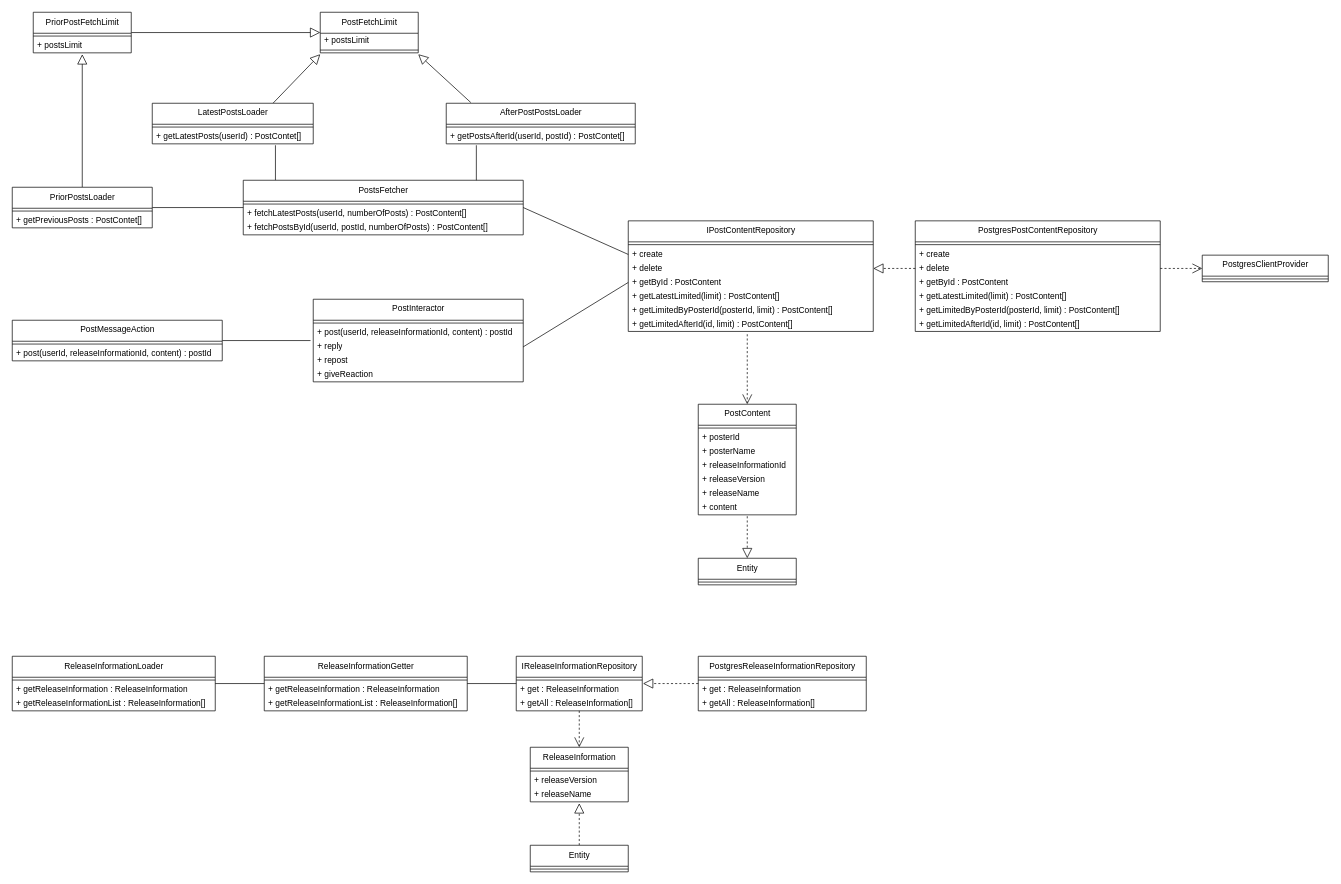
Above: page "PostModule" (5 of 7) of project-designs/class-diagrams/ff14-sns.drawio in Mouwf/FF14SNS (draw.io), before the change. Source tidied: cells renumbered, new cells numbered last; positions are measured from the earlier drawing's top-left corner, leaving out a move shared by most shapes. Both pictures are drawn from the tidied source at 70%, with x=0, y=0 at pixel (12, 12).
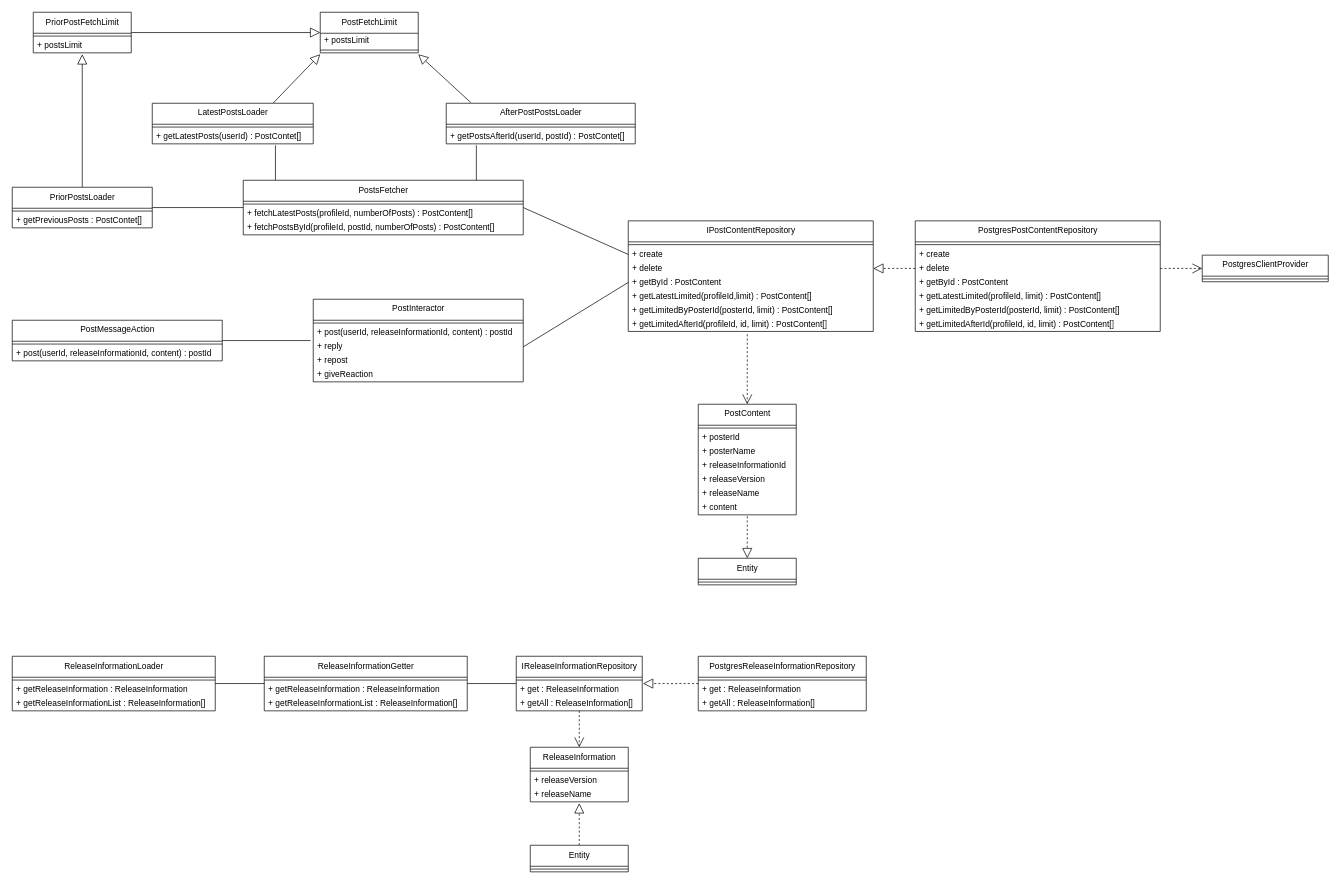
The same diagram, later.

The change refers to these unchanged cells:
```xml
<mxCell id="14" value="PostsFetcher" style="swimlane;fontStyle=0;align=center;verticalAlign=top;horizontal=1;startSize=30;html=1;" parent="1" vertex="1">
  <mxGeometry x="330" y="240" width="400" height="78" as="geometry" />
</mxCell>
<mxCell id="18" value="IPostContentRepository" style="swimlane;fontStyle=0;align=center;verticalAlign=top;horizontal=1;startSize=30;html=1;" parent="1" vertex="1">
  <mxGeometry x="880" y="298" width="350" height="158" as="geometry" />
</mxCell>
<mxCell id="89" value="PostgresPostContentRepository" style="swimlane;fontStyle=0;align=center;verticalAlign=top;horizontal=1;startSize=30;html=1;" parent="1" vertex="1">
  <mxGeometry x="1290" y="298" width="350" height="158" as="geometry" />
</mxCell>
```

What changed in the source:
```diff
@@
-    <mxCell id="16" value="+ fetchLatestPosts(userId, numberOfPosts) : PostContent[]" style="text;html=1;strokeColor=none;fillColor=none;align=left;verticalAlign=middle;spacingLeft=4;spacingRight=4;overflow=hidden;" parent="14" vertex="1">
+    <mxCell id="16" value="+ fetchLatestPosts(profileId, numberOfPosts) : PostContent[]" style="text;html=1;strokeColor=none;fillColor=none;align=left;verticalAlign=middle;spacingLeft=4;spacingRight=4;overflow=hidden;" parent="14" vertex="1">
       <mxGeometry y="38" width="400" height="20" as="geometry" />
     </mxCell>
-    <mxCell id="17" value="+ fetchPostsById(userId,&amp;nbsp;postId, numberOfPosts) : PostContent[]" style="text;html=1;strokeColor=none;fillColor=none;align=left;verticalAlign=middle;spacingLeft=4;spacingRight=4;overflow=hidden;" parent="14" vertex="1">
+    <mxCell id="17" value="+ fetchPostsById(profileId,&amp;nbsp;postId, numberOfPosts) : PostContent[]" style="text;html=1;strokeColor=none;fillColor=none;align=left;verticalAlign=middle;spacingLeft=4;spacingRight=4;overflow=hidden;" parent="14" vertex="1">
       <mxGeometry y="58" width="400" height="20" as="geometry" />
     </mxCell>
@@
-    <mxCell id="23" value="+ getLatestLimited(limit) : PostContent[]" style="text;html=1;strokeColor=none;fillColor=none;align=left;verticalAlign=middle;spacingLeft=4;spacingRight=4;overflow=hidden;" parent="18" vertex="1">
+    <mxCell id="23" value="+ getLatestLimited(profileId,limit) : PostContent[]" style="text;html=1;strokeColor=none;fillColor=none;align=left;verticalAlign=middle;spacingLeft=4;spacingRight=4;overflow=hidden;" parent="18" vertex="1">
       <mxGeometry y="98" width="350" height="20" as="geometry" />
     </mxCell>
@@
-    <mxCell id="25" value="+ getLimitedAfterId(id, limit) : PostContent[]" style="text;html=1;strokeColor=none;fillColor=none;align=left;verticalAlign=middle;spacingLeft=4;spacingRight=4;overflow=hidden;" parent="18" vertex="1">
+    <mxCell id="25" value="+ getLimitedAfterId(profileId, id, limit) : PostContent[]" style="text;html=1;strokeColor=none;fillColor=none;align=left;verticalAlign=middle;spacingLeft=4;spacingRight=4;overflow=hidden;" parent="18" vertex="1">
       <mxGeometry y="138" width="350" height="20" as="geometry" />
     </mxCell>
@@
-    <mxCell id="94" value="+ getLatestLimited(limit) : PostContent[]" style="text;html=1;strokeColor=none;fillColor=none;align=left;verticalAlign=middle;spacingLeft=4;spacingRight=4;overflow=hidden;" parent="89" vertex="1">
+    <mxCell id="94" value="+ getLatestLimited(profileId, limit) : PostContent[]" style="text;html=1;strokeColor=none;fillColor=none;align=left;verticalAlign=middle;spacingLeft=4;spacingRight=4;overflow=hidden;" parent="89" vertex="1">
       <mxGeometry y="98" width="350" height="20" as="geometry" />
     </mxCell>
@@
-    <mxCell id="96" value="+ getLimitedAfterId(id, limit) : PostContent[]" style="text;html=1;strokeColor=none;fillColor=none;align=left;verticalAlign=middle;spacingLeft=4;spacingRight=4;overflow=hidden;" parent="89" vertex="1">
+    <mxCell id="96" value="+ getLimitedAfterId(profileId, id, limit) : PostContent[]" style="text;html=1;strokeColor=none;fillColor=none;align=left;verticalAlign=middle;spacingLeft=4;spacingRight=4;overflow=hidden;" parent="89" vertex="1">
       <mxGeometry y="138" width="350" height="20" as="geometry" />
     </mxCell>
```
